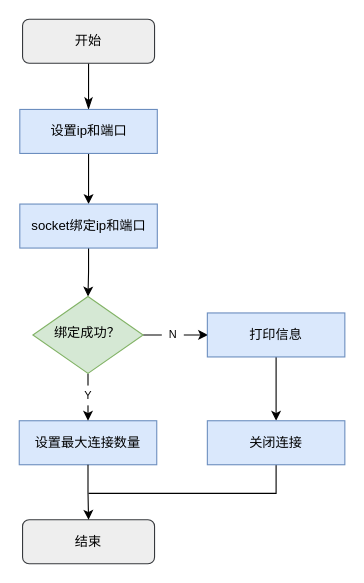
KAZAMA-DREAM/picture keeps this draw.io diagram as 服务端通信绑定.drawio. Above is the earlier version. Source tidied: cells renumbered, new cells numbered last; positions are measured from the earlier drawing's top-left corner, leaving out a move shared by most shapes. Both pictures are drawn from the tidied source at 110%, with x=0, y=0 at pixel (19, 19).
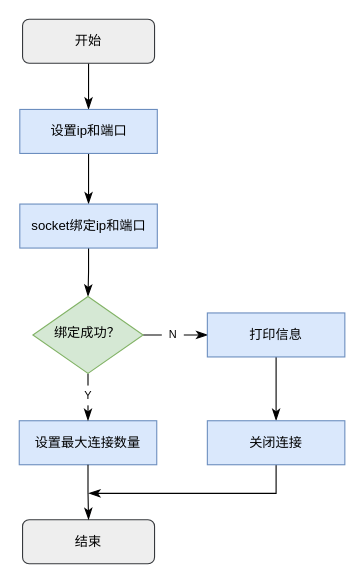
Above is the later version.

Commit message:
更新服务端通信绑定.drawio

Unchanged cells that the change refers to:
```xml
<mxCell id="4" value="结束" style="rounded=1;whiteSpace=wrap;html=1;fontSize=12;glass=0;strokeWidth=1;shadow=0;fillColor=#eeeeee;strokeColor=#36393d;" parent="1" vertex="1">
  <mxGeometry x="3" y="455" width="120" height="40" as="geometry" />
</mxCell>
<mxCell id="6" value="设置ip和端口" style="rounded=0;whiteSpace=wrap;html=1;fillColor=#dae8fc;strokeColor=#6c8ebf;" parent="1" vertex="1">
  <mxGeometry x="0.5" y="82" width="125" height="40" as="geometry" />
</mxCell>
<mxCell id="8" value="socket绑定ip和端口" style="rounded=0;whiteSpace=wrap;html=1;fillColor=#dae8fc;strokeColor=#6c8ebf;" parent="1" vertex="1">
  <mxGeometry x="0.5" y="168" width="125" height="40" as="geometry" />
</mxCell>
<mxCell id="9" value="设置最大连接数量" style="rounded=0;whiteSpace=wrap;html=1;fillColor=#dae8fc;strokeColor=#6c8ebf;" parent="1" vertex="1">
  <mxGeometry y="365" width="125" height="40" as="geometry" />
</mxCell>
<mxCell id="14" value="绑定成功？" style="rhombus;whiteSpace=wrap;html=1;shadow=0;fontFamily=Helvetica;fontSize=12;align=center;strokeWidth=1;spacing=6;spacingTop=-4;fillColor=#d5e8d4;strokeColor=#82b366;" parent="1" vertex="1">
  <mxGeometry x="12.4" y="252" width="100.2" height="70" as="geometry" />
</mxCell>
<mxCell id="17" value="打印信息" style="rounded=0;whiteSpace=wrap;html=1;fillColor=#dae8fc;strokeColor=#6c8ebf;" parent="1" vertex="1">
  <mxGeometry x="171" y="267" width="125" height="40" as="geometry" />
</mxCell>
<mxCell id="19" value="关闭连接" style="rounded=0;whiteSpace=wrap;html=1;fillColor=#dae8fc;strokeColor=#6c8ebf;" parent="1" vertex="1">
  <mxGeometry x="171" y="365" width="125" height="40" as="geometry" />
</mxCell>
```

Diff of the diagram source:
```diff
@@
-    <mxCell id="5" style="edgeStyle=orthogonalEdgeStyle;rounded=0;jettySize=auto;html=1;" parent="1" edge="1" source="6" target="8">
+    <mxCell id="5" style="edgeStyle=orthogonalEdgeStyle;rounded=0;jettySize=auto;html=1;endArrow=classicThin;endFill=1;endSize=8;" parent="1" edge="1" source="6" target="8">
       <mxGeometry relative="1" as="geometry" />
     </mxCell>
@@
-    <mxCell id="7" style="edgeStyle=orthogonalEdgeStyle;rounded=0;jettySize=auto;html=1;exitX=0.5;exitY=1;exitDx=0;exitDy=0;entryX=0.5;entryY=0;entryDx=0;entryDy=0;" parent="1" edge="1" source="8" target="14">
+    <mxCell id="7" style="edgeStyle=orthogonalEdgeStyle;rounded=0;jettySize=auto;html=1;exitX=0.5;exitY=1;exitDx=0;exitDy=0;entryX=0.5;entryY=0;entryDx=0;entryDy=0;endSize=8;endArrow=classicThin;endFill=1;" parent="1" edge="1" source="8" target="14">
       <mxGeometry relative="1" as="geometry" />
     </mxCell>
@@
-    <mxCell id="10" style="edgeStyle=orthogonalEdgeStyle;rounded=0;jettySize=auto;html=1;exitX=0.5;exitY=1;exitDx=0;exitDy=0;" parent="1" edge="1" source="9" target="4">
+    <mxCell id="10" style="edgeStyle=orthogonalEdgeStyle;rounded=0;jettySize=auto;html=1;exitX=0.5;exitY=1;exitDx=0;exitDy=0;endArrow=classicThin;endFill=1;endSize=8;" parent="1" edge="1" source="9" target="4">
       <mxGeometry relative="1" as="geometry" />
     </mxCell>
-    <mxCell id="11" style="edgeStyle=orthogonalEdgeStyle;rounded=0;orthogonalLoop=1;jettySize=auto;html=1;" parent="1" edge="1">
+    <mxCell id="11" style="edgeStyle=orthogonalEdgeStyle;rounded=0;orthogonalLoop=1;jettySize=auto;html=1;endSize=8;endArrow=classicThin;endFill=1;" parent="1" edge="1">
       <mxGeometry relative="1" as="geometry">
         <mxPoint x="112.6" y="287" as="sourcePoint" />
         <mxPoint x="171.6" y="287" as="targetPoint" />
       </mxGeometry>
     </mxCell>
@@
-    <mxCell id="13" style="edgeStyle=orthogonalEdgeStyle;rounded=0;jettySize=auto;html=1;" parent="1" edge="1" source="14" target="9">
+    <mxCell id="13" style="edgeStyle=orthogonalEdgeStyle;rounded=0;jettySize=auto;html=1;endSize=8;endArrow=classicThin;endFill=1;" parent="1" edge="1" source="14" target="9">
       <mxGeometry relative="1" as="geometry" />
     </mxCell>
@@
-    <mxCell id="16" style="edgeStyle=orthogonalEdgeStyle;rounded=0;jettySize=auto;html=1;" parent="1" edge="1" source="17" target="19">
+    <mxCell id="16" style="edgeStyle=orthogonalEdgeStyle;rounded=0;jettySize=auto;html=1;endSize=8;endArrow=classicThin;endFill=1;" parent="1" edge="1" source="17" target="19">
       <mxGeometry relative="1" as="geometry" />
     </mxCell>
@@
-    <mxCell id="18" style="edgeStyle=orthogonalEdgeStyle;rounded=0;jettySize=auto;html=1;endArrow=none;endFill=0;" parent="1" edge="1" source="19">
+    <mxCell id="18" style="edgeStyle=orthogonalEdgeStyle;rounded=0;jettySize=auto;html=1;endArrow=classicThin;endFill=1;endSize=8;" parent="1" edge="1" source="19">
       <mxGeometry relative="1" as="geometry">
         <mxPoint x="63" y="431" as="targetPoint" />
         <Array as="points">
           <mxPoint x="234" y="431" />
         </Array>
       </mxGeometry>
     </mxCell>
```
